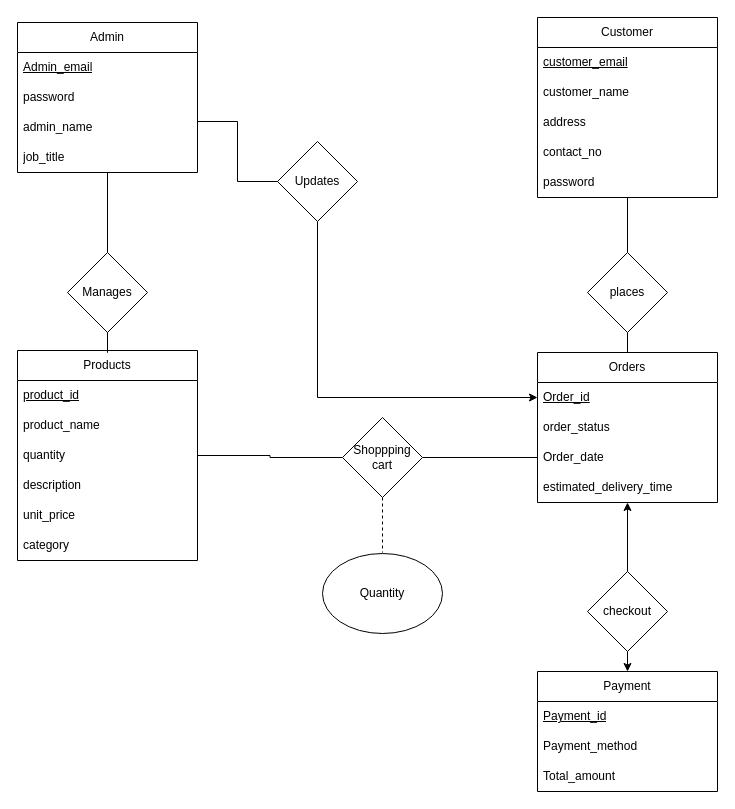
Earlier version of the draw.io diagram project.drawio (haris-hk/Database-ERD). Source tidied: cells renumbered, new cells numbered last; positions are measured from the earlier drawing's top-left corner, leaving out a move shared by most shapes. Both pictures are drawn from the tidied source at 100%, with x=0, y=0 at pixel (17, 17).
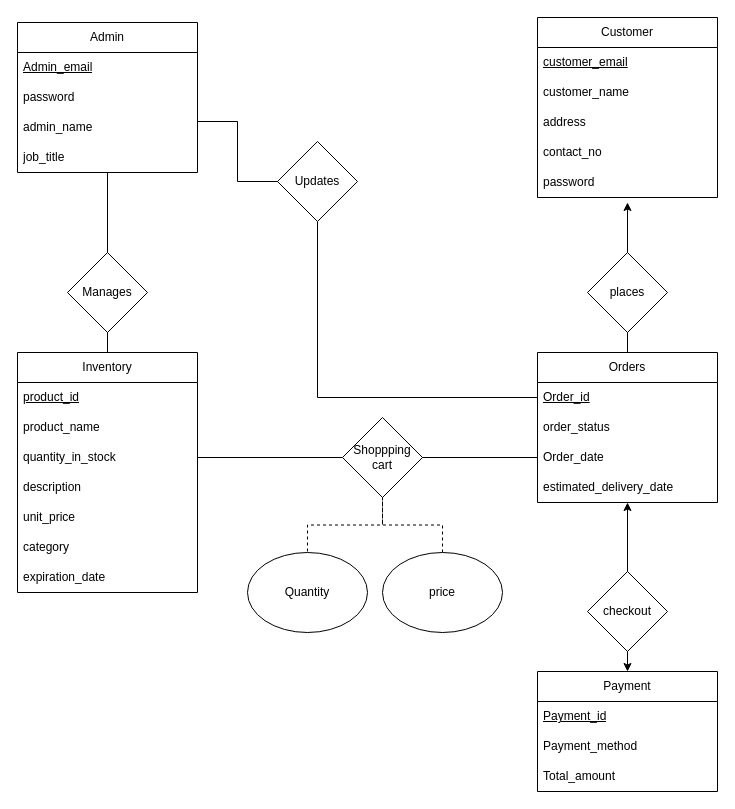
The same diagram, later.

Unchanged cells that the change refers to:
```xml
<mxCell id="12" value="password" style="text;strokeColor=none;fillColor=none;align=left;verticalAlign=middle;spacingLeft=4;spacingRight=4;overflow=hidden;points=[[0,0.5],[1,0.5]];portConstraint=eastwest;whiteSpace=wrap;html=1;" parent="7" vertex="1">
  <mxGeometry y="150" width="180" height="30" as="geometry" />
</mxCell>
<mxCell id="20" value="Orders" style="swimlane;fontStyle=0;horizontal=1;startSize=30;whiteSpace=wrap;html=1;" parent="1" vertex="1">
  <mxGeometry x="520" y="335" width="180" height="150" as="geometry" />
</mxCell>
<mxCell id="21" value="&lt;u&gt;Order_id&lt;/u&gt;" style="text;strokeColor=none;fillColor=none;align=left;verticalAlign=middle;spacingLeft=4;spacingRight=4;overflow=hidden;points=[[0,0.5],[1,0.5]];portConstraint=eastwest;whiteSpace=wrap;html=1;" parent="20" vertex="1">
  <mxGeometry y="30" width="180" height="30" as="geometry" />
</mxCell>
<mxCell id="34" value="places" style="rhombus;whiteSpace=wrap;html=1;" parent="1" vertex="1">
  <mxGeometry x="570" y="235" width="80" height="80" as="geometry" />
</mxCell>
<mxCell id="40" value="Shoppping&lt;div&gt;cart&lt;/div&gt;" style="rhombus;whiteSpace=wrap;html=1;strokeWidth=1;" parent="1" vertex="1">
  <mxGeometry x="325" y="400" width="80" height="80" as="geometry" />
</mxCell>
<mxCell id="43" value="Updates" style="rhombus;whiteSpace=wrap;html=1;" parent="1" vertex="1">
  <mxGeometry x="260" y="124" width="80" height="80" as="geometry" />
</mxCell>
```

Diff of the diagram source:
```diff
@@
-    <mxCell id="13" value="Products" style="swimlane;fontStyle=0;horizontal=1;startSize=30;whiteSpace=wrap;html=1;" parent="1" vertex="1">
-      <mxGeometry y="333" width="180" height="210" as="geometry" />
+    <mxCell id="13" value="Inventory" style="swimlane;fontStyle=0;horizontal=1;startSize=30;whiteSpace=wrap;html=1;" parent="1" vertex="1">
+      <mxGeometry y="335" width="180" height="240" as="geometry" />
     </mxCell>
@@
-    <mxCell id="16" value="quantity" style="text;strokeColor=none;fillColor=none;align=left;verticalAlign=middle;spacingLeft=4;spacingRight=4;overflow=hidden;points=[[0,0.5],[1,0.5]];portConstraint=eastwest;whiteSpace=wrap;html=1;" parent="13" vertex="1">
+    <mxCell id="16" value="quantity_in_stock" style="text;strokeColor=none;fillColor=none;align=left;verticalAlign=middle;spacingLeft=4;spacingRight=4;overflow=hidden;points=[[0,0.5],[1,0.5]];portConstraint=eastwest;whiteSpace=wrap;html=1;" parent="13" vertex="1">
       <mxGeometry y="90" width="180" height="30" as="geometry" />
     </mxCell>
@@
+    <mxCell id="46" value="expiration_date" style="text;strokeColor=none;fillColor=none;align=left;verticalAlign=middle;spacingLeft=4;spacingRight=4;overflow=hidden;whiteSpace=wrap;html=1;" parent="13" vertex="1">
+      <mxGeometry y="210" width="180" height="30" as="geometry" />
+    </mxCell>
@@
-    <mxCell id="24" value="estimated_delivery_time" style="text;strokeColor=none;fillColor=none;align=left;verticalAlign=middle;spacingLeft=4;spacingRight=4;overflow=hidden;points=[[0,0.5],[1,0.5]];portConstraint=eastwest;whiteSpace=wrap;html=1;" parent="20" vertex="1">
+    <mxCell id="24" value="estimated_delivery_date" style="text;strokeColor=none;fillColor=none;align=left;verticalAlign=middle;spacingLeft=4;spacingRight=4;overflow=hidden;points=[[0,0.5],[1,0.5]];portConstraint=eastwest;whiteSpace=wrap;html=1;" parent="20" vertex="1">
       <mxGeometry y="120" width="180" height="30" as="geometry" />
     </mxCell>
@@
-    <mxCell id="33" style="edgeStyle=orthogonalEdgeStyle;rounded=0;jettySize=auto;html=1;exitX=0.5;exitY=0;exitDx=0;exitDy=0;entryX=0.494;entryY=1;entryDx=0;entryDy=0;entryPerimeter=0;endArrow=none;endFill=0;" parent="1" edge="1" source="34" target="12">
-      <mxGeometry relative="1" as="geometry">
-        <Array as="points">
-          <mxPoint x="610" y="180" />
-        </Array>
-      </mxGeometry>
-    </mxCell>
+    <mxCell id="47" style="edgeStyle=orthogonalEdgeStyle;rounded=0;jettySize=auto;html=1;exitX=0.5;exitY=0;exitDx=0;exitDy=0;" parent="1" edge="1" source="34">
+      <mxGeometry relative="1" as="geometry">
+        <mxPoint x="610" y="185" as="targetPoint" />
+      </mxGeometry>
+    </mxCell>
@@
-    <mxCell id="39" style="edgeStyle=orthogonalEdgeStyle;rounded=0;jettySize=auto;html=1;entryX=0.5;entryY=0;entryDx=0;entryDy=0;endArrow=none;endFill=0;dashed=1;" parent="1" edge="1" source="40">
-      <mxGeometry relative="1" as="geometry">
-        <mxPoint x="365" y="535" as="targetPoint" />
-      </mxGeometry>
-    </mxCell>
+    <mxCell id="48" style="edgeStyle=orthogonalEdgeStyle;rounded=0;jettySize=auto;html=1;exitX=0.5;exitY=1;exitDx=0;exitDy=0;entryX=0.5;entryY=0;entryDx=0;entryDy=0;endArrow=none;endFill=0;dashed=1;" parent="1" edge="1" source="40" target="45">
+      <mxGeometry relative="1" as="geometry" />
+    </mxCell>
@@
-    <mxCell id="42" style="edgeStyle=orthogonalEdgeStyle;rounded=0;jettySize=auto;html=1;exitX=0.5;exitY=1;exitDx=0;exitDy=0;entryX=0;entryY=0.5;entryDx=0;entryDy=0;" parent="1" edge="1" source="43" target="21">
+    <mxCell id="42" style="edgeStyle=orthogonalEdgeStyle;rounded=0;jettySize=auto;html=1;exitX=0.5;exitY=1;exitDx=0;exitDy=0;entryX=0;entryY=0.5;entryDx=0;entryDy=0;endArrow=none;endFill=0;" parent="1" edge="1" source="43" target="21">
       <mxGeometry relative="1" as="geometry" />
     </mxCell>
@@
     <mxCell id="45" value="Quantity" style="ellipse;whiteSpace=wrap;html=1;" parent="1" vertex="1">
-      <mxGeometry x="305" y="536" width="120" height="80" as="geometry" />
+      <mxGeometry x="230" y="535" width="120" height="80" as="geometry" />
     </mxCell>
+    <mxCell id="49" style="edgeStyle=orthogonalEdgeStyle;rounded=0;jettySize=auto;html=1;exitX=0.5;exitY=0;exitDx=0;exitDy=0;entryX=0.5;entryY=1;entryDx=0;entryDy=0;endArrow=none;endFill=0;dashed=1;" parent="1" edge="1" source="50" target="40">
+      <mxGeometry relative="1" as="geometry" />
+    </mxCell>
+    <mxCell id="50" value="price" style="ellipse;whiteSpace=wrap;html=1;" parent="1" vertex="1">
+      <mxGeometry x="365" y="535" width="120" height="80" as="geometry" />
+    </mxCell>
```
